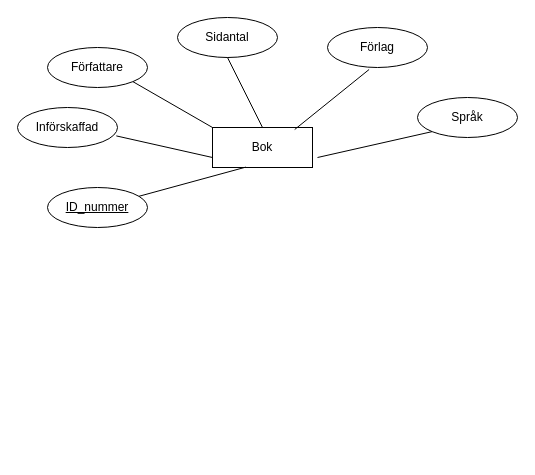
This is Boksamling.drawio from DanielPra/-t-Andre, a draw.io file, before an edit. Source tidied: cells renumbered, new cells numbered last; positions are measured from the earlier drawing's top-left corner, leaving out a move shared by most shapes. Both pictures are drawn from the tidied source at 100%, with x=0, y=0 at pixel (17, 17).
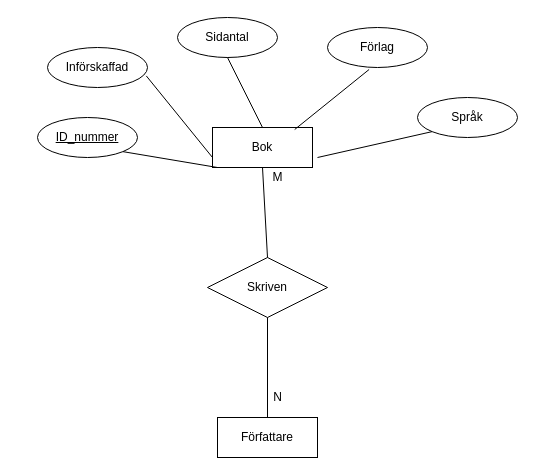
After the change.

The change refers to these unchanged cells:
```xml
<mxCell id="2" value="Bok" style="whiteSpace=wrap;html=1;align=center;" parent="1" vertex="1">
  <mxGeometry x="195" y="110" width="100" height="40" as="geometry" />
</mxCell>
```

Change to the diagram source:
```diff
@@
-    <mxCell id="3" value="Författare" style="ellipse;whiteSpace=wrap;html=1;align=center;" parent="1" vertex="1">
-      <mxGeometry x="30" y="30" width="100" height="40" as="geometry" />
-    </mxCell>
@@
     <mxCell id="6" value="Införskaffad" style="ellipse;whiteSpace=wrap;html=1;align=center;" parent="1" vertex="1">
-      <mxGeometry y="90" width="100" height="40" as="geometry" />
+      <mxGeometry x="30" y="30" width="100" height="40" as="geometry" />
     </mxCell>
@@
-    <mxCell id="11" style="endArrow=none;html=1;rounded=0;exitX=1;exitY=1;exitDx=0;exitDy=0;entryX=0;entryY=0;entryDx=0;entryDy=0;" parent="1" edge="1" source="3" target="2">
-      <mxGeometry relative="1" as="geometry" />
-    </mxCell>
@@
     <mxCell id="13" value="ID_nummer" style="ellipse;whiteSpace=wrap;html=1;align=center;fontStyle=4;" parent="1" vertex="1">
-      <mxGeometry x="30" y="170" width="100" height="40" as="geometry" />
+      <mxGeometry x="20" y="100" width="100" height="40" as="geometry" />
     </mxCell>
-    <mxCell id="14" style="endArrow=none;html=1;rounded=0;entryX=0.334;entryY=0.99;entryDx=0;entryDy=0;entryPerimeter=0;" parent="1" edge="1" source="13" target="2">
-      <mxGeometry relative="1" as="geometry" />
-    </mxCell>
+    <mxCell id="3" value="Författare" style="whiteSpace=wrap;html=1;align=center;" parent="1" vertex="1">
+      <mxGeometry x="200" y="400" width="100" height="40" as="geometry" />
+    </mxCell>
+    <mxCell id="15" value="Skriven" style="shape=rhombus;perimeter=rhombusPerimeter;whiteSpace=wrap;html=1;align=center;" parent="1" vertex="1">
+      <mxGeometry x="190" y="240" width="120" height="60" as="geometry" />
+    </mxCell>
+    <mxCell id="16" style="endArrow=none;html=1;rounded=0;exitX=1;exitY=1;exitDx=0;exitDy=0;" parent="1" edge="1" source="13">
+      <mxGeometry relative="1" as="geometry">
+        <mxPoint x="200" y="150" as="targetPoint" />
+      </mxGeometry>
+    </mxCell>
+    <mxCell id="17" style="endArrow=none;html=1;rounded=0;entryX=0.5;entryY=1;entryDx=0;entryDy=0;exitX=0.5;exitY=0;exitDx=0;exitDy=0;" parent="1" edge="1" source="15" target="2">
+      <mxGeometry relative="1" as="geometry" />
+    </mxCell>
+    <mxCell id="18" style="endArrow=none;html=1;rounded=0;entryX=0.5;entryY=1;entryDx=0;entryDy=0;exitX=0.5;exitY=0;exitDx=0;exitDy=0;" parent="1" edge="1" source="3" target="15">
+      <mxGeometry relative="1" as="geometry" />
+    </mxCell>
+    <mxCell id="19" value="N" style="text;html=1;align=center;verticalAlign=middle;strokeWidth=3;" parent="1" vertex="1">
+      <mxGeometry x="250" y="370" width="20" height="20" as="geometry" />
+    </mxCell>
+    <mxCell id="20" value="M" style="text;html=1;align=center;verticalAlign=middle;" parent="1" vertex="1">
+      <mxGeometry x="245" y="150" width="30" height="20" as="geometry" />
+    </mxCell>
```
